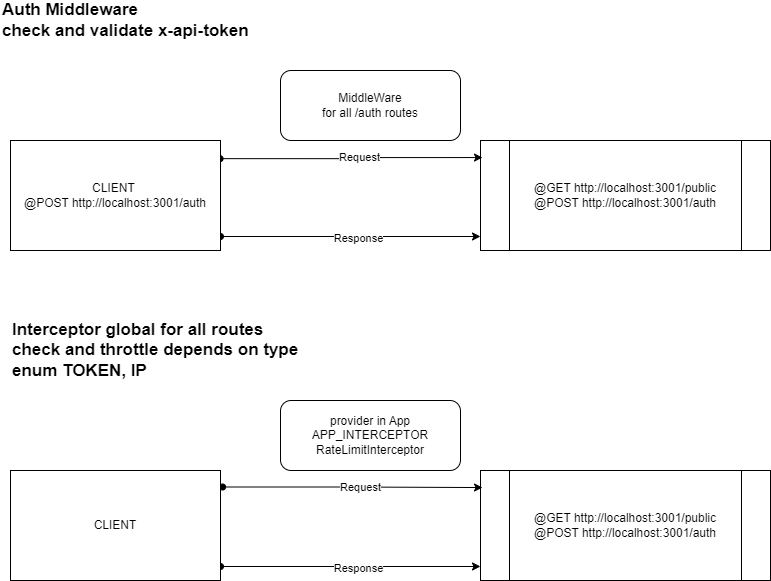
Above: ta.png in rdobrynin/131022 (draw.io), before the change. Source tidied: cells renumbered, new cells last; positions are measured from the earlier drawing's top-left corner, leaving out a move shared by most shapes. Source of this version:
```xml
<mxGraphModel>
  <root>
    <mxCell id="0" />
    <mxCell id="1" parent="0" />
    <mxCell id="2" value="@GET&amp;nbsp;http://localhost:3001/public&lt;br&gt;@POST&amp;nbsp;http://localhost:3001/auth" style="shape=process;whiteSpace=wrap;html=1;backgroundOutline=1;" parent="1" vertex="1">
      <mxGeometry x="480" y="470" width="290" height="110" as="geometry" />
    </mxCell>
    <mxCell id="3" style="edgeStyle=orthogonalEdgeStyle;rounded=0;jettySize=auto;html=1;entryX=0.007;entryY=0.155;entryDx=0;entryDy=0;entryPerimeter=0;startArrow=oval;startFill=1;exitX=1.01;exitY=0.15;exitDx=0;exitDy=0;exitPerimeter=0;" parent="1" edge="1" source="7" target="2">
      <mxGeometry relative="1" as="geometry" />
    </mxCell>
    <mxCell id="4" value="Request" style="edgeLabel;html=1;align=center;verticalAlign=middle;" parent="3" vertex="1">
      <mxGeometry x="0.06" relative="1" as="geometry" />
    </mxCell>
    <mxCell id="5" style="edgeStyle=orthogonalEdgeStyle;rounded=0;orthogonalLoop=1;jettySize=auto;html=1;entryX=0;entryY=0.5;entryDx=0;entryDy=0;startArrow=oval;startFill=1;" parent="1" edge="1">
      <mxGeometry relative="1" as="geometry">
        <mxPoint x="220" y="566" as="sourcePoint" />
        <mxPoint x="480" y="566" as="targetPoint" />
      </mxGeometry>
    </mxCell>
    <mxCell id="6" value="Response" style="edgeLabel;html=1;align=center;verticalAlign=middle;" parent="5" vertex="1">
      <mxGeometry x="0.06" y="-2" relative="1" as="geometry" />
    </mxCell>
    <mxCell id="7" value="CLIENT" style="rounded=0;whiteSpace=wrap;html=1;" parent="1" vertex="1">
      <mxGeometry x="10" y="470" width="210" height="110" as="geometry" />
    </mxCell>
    <mxCell id="8" value="provider in App&lt;br&gt;APP_INTERCEPTOR&lt;br&gt;RateLimitInterceptor" style="rounded=1;whiteSpace=wrap;html=1;" parent="1" vertex="1">
      <mxGeometry x="280" y="400" width="180" height="70" as="geometry" />
    </mxCell>
    <mxCell id="9" value="@GET&amp;nbsp;http://localhost:3001/public&lt;br&gt;@POST&amp;nbsp;http://localhost:3001/auth" style="shape=process;whiteSpace=wrap;html=1;backgroundOutline=1;" parent="1" vertex="1">
      <mxGeometry x="480" y="140" width="290" height="110" as="geometry" />
    </mxCell>
    <mxCell id="10" style="edgeStyle=orthogonalEdgeStyle;rounded=0;jettySize=auto;html=1;entryX=0.007;entryY=0.155;entryDx=0;entryDy=0;entryPerimeter=0;startArrow=oval;startFill=1;exitX=0.998;exitY=0.165;exitDx=0;exitDy=0;exitPerimeter=0;" parent="1" edge="1" source="14" target="9">
      <mxGeometry relative="1" as="geometry" />
    </mxCell>
    <mxCell id="11" value="Request" style="edgeLabel;html=1;align=center;verticalAlign=middle;" parent="10" vertex="1">
      <mxGeometry x="0.06" relative="1" as="geometry" />
    </mxCell>
    <mxCell id="12" style="edgeStyle=orthogonalEdgeStyle;rounded=0;orthogonalLoop=1;jettySize=auto;html=1;entryX=0;entryY=0.5;entryDx=0;entryDy=0;startArrow=oval;startFill=1;" parent="1" edge="1">
      <mxGeometry relative="1" as="geometry">
        <mxPoint x="220" y="236" as="sourcePoint" />
        <mxPoint x="480" y="236" as="targetPoint" />
      </mxGeometry>
    </mxCell>
    <mxCell id="13" value="Response" style="edgeLabel;html=1;align=center;verticalAlign=middle;" parent="12" vertex="1">
      <mxGeometry x="0.06" y="-2" relative="1" as="geometry" />
    </mxCell>
    <mxCell id="14" value="CLIENT&amp;nbsp;&lt;br&gt;@POST&amp;nbsp;http://localhost:3001/auth" style="rounded=0;whiteSpace=wrap;html=1;" parent="1" vertex="1">
      <mxGeometry x="10" y="140" width="210" height="110" as="geometry" />
    </mxCell>
    <mxCell id="15" value="MiddleWare&lt;br&gt;for all /auth routes" style="rounded=1;whiteSpace=wrap;html=1;" parent="1" vertex="1">
      <mxGeometry x="280" y="70" width="180" height="70" as="geometry" />
    </mxCell>
    <mxCell id="16" value="Auth Middleware&lt;br style=&quot;font-size: 17px;&quot;&gt;check and validate x-api-token" style="text;html=1;strokeColor=none;fillColor=none;align=left;verticalAlign=middle;whiteSpace=wrap;rounded=0;fontFamily=Helvetica;fontSize=17;fontStyle=1;" parent="1" vertex="1">
      <mxGeometry width="320" height="40" as="geometry" />
    </mxCell>
    <mxCell id="17" value="Interceptor global for all routes&lt;br style=&quot;font-size: 17px;&quot;&gt;check and throttle depends on type enum TOKEN, IP" style="text;html=1;strokeColor=none;fillColor=none;align=left;verticalAlign=middle;whiteSpace=wrap;rounded=0;fontFamily=Helvetica;fontSize=17;fontStyle=1;" parent="1" vertex="1">
      <mxGeometry x="10" y="330" width="320" height="40" as="geometry" />
    </mxCell>
  </root>
</mxGraphModel>
```
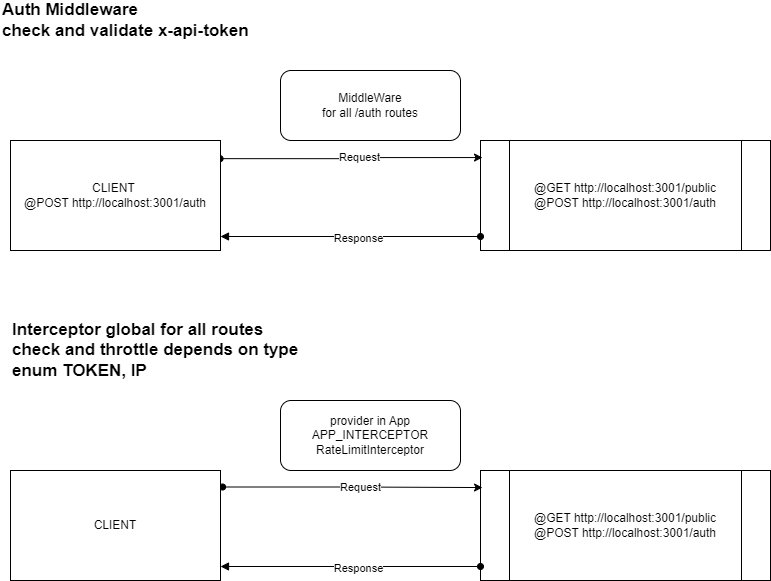
The same diagram one commit later.

Change to the diagram source:
```diff
@@ -11,7 +11,7 @@
     <mxCell id="4" value="Request" style="edgeLabel;html=1;align=center;verticalAlign=middle;" parent="3" vertex="1">
       <mxGeometry x="0.06" relative="1" as="geometry" />
     </mxCell>
-    <mxCell id="5" style="edgeStyle=orthogonalEdgeStyle;rounded=0;orthogonalLoop=1;jettySize=auto;html=1;entryX=0;entryY=0.5;entryDx=0;entryDy=0;startArrow=oval;startFill=1;" parent="1" edge="1">
+    <mxCell id="5" style="edgeStyle=orthogonalEdgeStyle;rounded=0;orthogonalLoop=1;jettySize=auto;html=1;entryX=0;entryY=0.5;entryDx=0;entryDy=0;startArrow=block;startFill=1;endArrow=oval;endFill=1;" parent="1" edge="1">
       <mxGeometry relative="1" as="geometry">
         <mxPoint x="220" y="566" as="sourcePoint" />
         <mxPoint x="480" y="566" as="targetPoint" />
@@ -35,7 +35,7 @@
     <mxCell id="11" value="Request" style="edgeLabel;html=1;align=center;verticalAlign=middle;" parent="10" vertex="1">
       <mxGeometry x="0.06" relative="1" as="geometry" />
     </mxCell>
-    <mxCell id="12" style="edgeStyle=orthogonalEdgeStyle;rounded=0;orthogonalLoop=1;jettySize=auto;html=1;entryX=0;entryY=0.5;entryDx=0;entryDy=0;startArrow=oval;startFill=1;" parent="1" edge="1">
+    <mxCell id="12" style="edgeStyle=orthogonalEdgeStyle;rounded=0;orthogonalLoop=1;jettySize=auto;html=1;entryX=0;entryY=0.5;entryDx=0;entryDy=0;startArrow=block;startFill=1;endArrow=oval;endFill=1;" parent="1" edge="1">
       <mxGeometry relative="1" as="geometry">
         <mxPoint x="220" y="236" as="sourcePoint" />
         <mxPoint x="480" y="236" as="targetPoint" />
```
